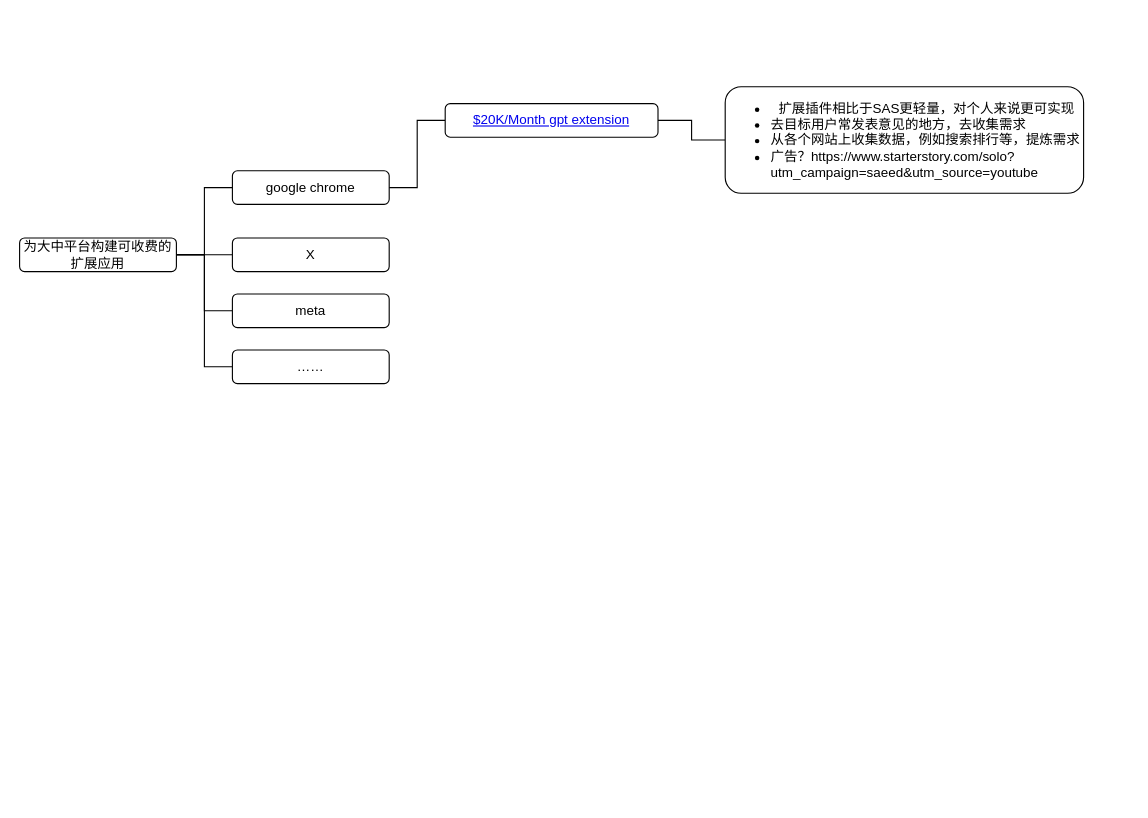
The draw.io diagram 副业赚钱脑图.drawio in Wang-Yu-Qing/help_651, before the edit. Source tidied: cells renumbered, new cells numbered last; positions are measured from the earlier drawing's top-left corner, leaving out a move shared by most shapes. Both pictures are drawn from the tidied source at 112%, with x=0, y=0 at pixel (19, 86).
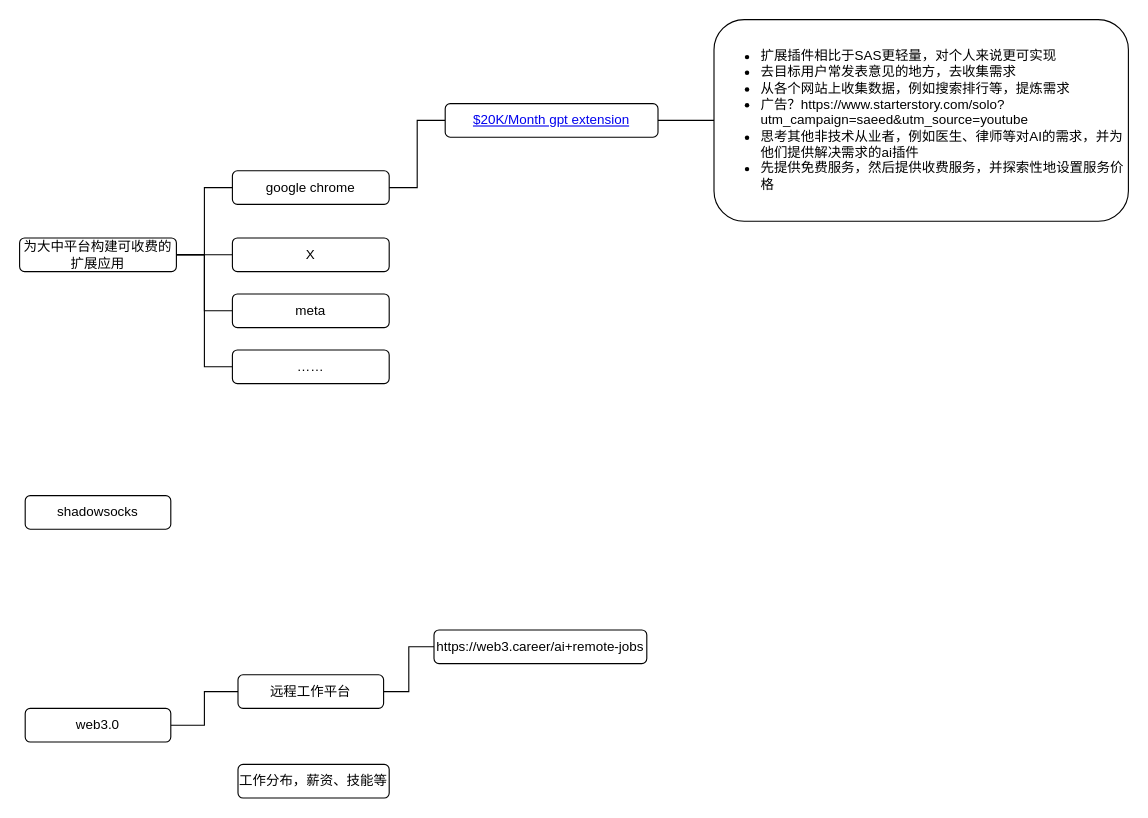
Above is the later version.

Commit message:
更新副业赚钱脑图.drawio

Diff of the diagram source:
```diff
@@
-    <mxCell id="14" value="&lt;ul&gt;&lt;li&gt;扩展插件相比于SAS更轻量，对个人来说更可实现&lt;/li&gt;&lt;li style=&quot;text-align: left;&quot;&gt;去目标用户常发表意见的地方，去收集需求&lt;/li&gt;&lt;li style=&quot;text-align: left;&quot;&gt;从各个网站上收集数据，例如搜索排行等，提炼需求&lt;/li&gt;&lt;li style=&quot;text-align: left;&quot;&gt;广告？https://www.starterstory.com/solo?utm_campaign=saeed&amp;amp;utm_source=youtube&lt;/li&gt;&lt;/ul&gt;" style="rounded=1;whiteSpace=wrap;html=1;" parent="1" vertex="1">
-      <mxGeometry x="630" width="320" height="95" as="geometry" />
+    <mxCell id="14" value="&lt;ul&gt;&lt;li&gt;扩展插件相比于SAS更轻量，对个人来说更可实现&lt;/li&gt;&lt;li style=&quot;&quot;&gt;去目标用户常发表意见的地方，去收集需求&lt;/li&gt;&lt;li style=&quot;&quot;&gt;从各个网站上收集数据，例如搜索排行等，提炼需求&lt;/li&gt;&lt;li style=&quot;&quot;&gt;广告？https://www.starterstory.com/solo?utm_campaign=saeed&amp;amp;utm_source=youtube&lt;/li&gt;&lt;li style=&quot;&quot;&gt;思考其他非技术从业者，例如医生、律师等对AI的需求，并为他们提供解决需求的ai插件&lt;/li&gt;&lt;li style=&quot;&quot;&gt;先提供免费服务，然后提供收费服务，并探索性地设置服务价格&lt;/li&gt;&lt;/ul&gt;" style="rounded=1;whiteSpace=wrap;html=1;align=left;" parent="1" vertex="1">
+      <mxGeometry x="620" y="-60" width="370" height="180" as="geometry" />
     </mxCell>
+    <mxCell id="15" value="shadowsocks" style="rounded=1;whiteSpace=wrap;html=1;" parent="1" vertex="1">
+      <mxGeometry x="5" y="365" width="130" height="30" as="geometry" />
+    </mxCell>
+    <mxCell id="16" style="edgeStyle=orthogonalEdgeStyle;rounded=0;jettySize=auto;html=1;entryX=0;entryY=0.5;entryDx=0;entryDy=0;endArrow=none;endFill=0;" parent="1" edge="1" source="17" target="19">
+      <mxGeometry relative="1" as="geometry" />
+    </mxCell>
+    <mxCell id="17" value="web3.0" style="rounded=1;whiteSpace=wrap;html=1;" parent="1" vertex="1">
+      <mxGeometry x="5" y="555" width="130" height="30" as="geometry" />
+    </mxCell>
+    <mxCell id="18" style="edgeStyle=orthogonalEdgeStyle;rounded=0;jettySize=auto;html=1;entryX=0;entryY=0.5;entryDx=0;entryDy=0;endArrow=none;endFill=0;" parent="1" edge="1" source="19" target="20">
+      <mxGeometry relative="1" as="geometry" />
+    </mxCell>
+    <mxCell id="19" value="远程工作平台" style="rounded=1;whiteSpace=wrap;html=1;" parent="1" vertex="1">
+      <mxGeometry x="195" y="525" width="130" height="30" as="geometry" />
+    </mxCell>
+    <mxCell id="20" value="https://web3.career/ai+remote-jobs" style="rounded=1;whiteSpace=wrap;html=1;" parent="1" vertex="1">
+      <mxGeometry x="370" y="485" width="190" height="30" as="geometry" />
+    </mxCell>
+    <mxCell id="21" value="工作分布，薪资、技能等" style="rounded=1;whiteSpace=wrap;html=1;" parent="1" vertex="1">
+      <mxGeometry x="195" y="605" width="135" height="30" as="geometry" />
+    </mxCell>
```
